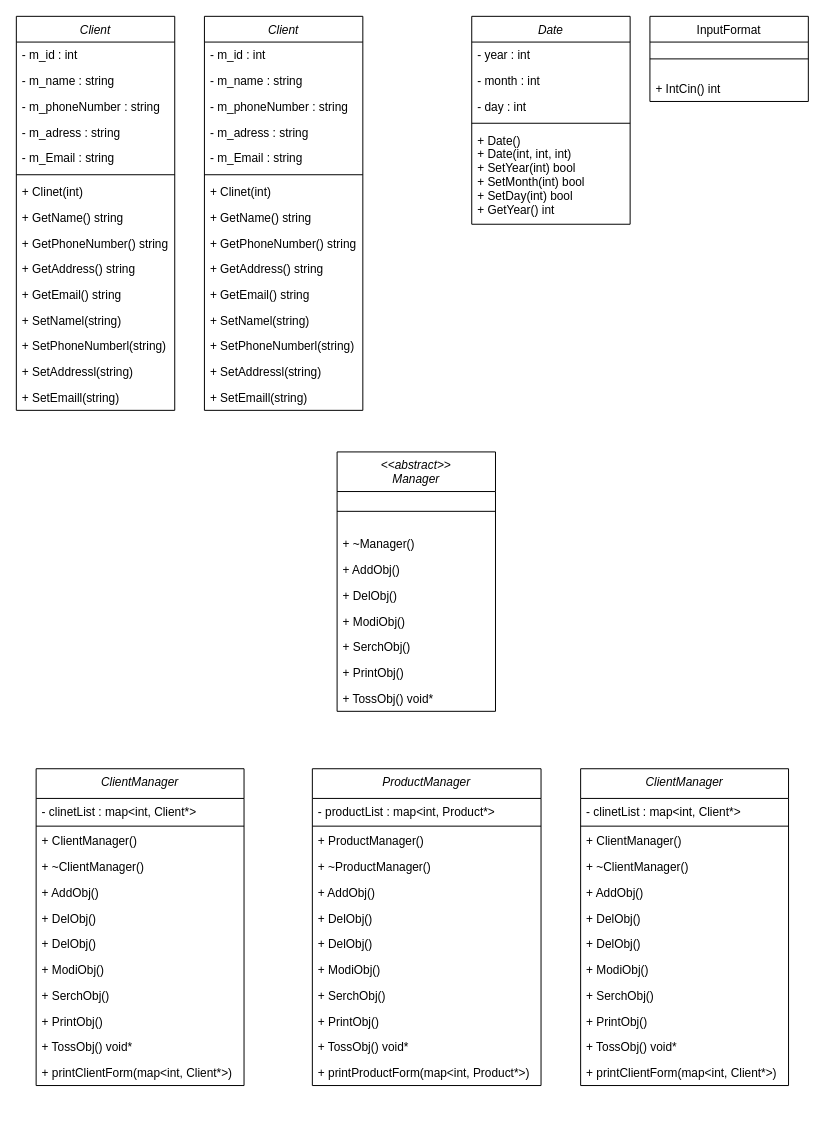
SaintMonguss/Customer-Product-management-project keeps this draw.io diagram as Client-Product-manager.drawio. Above is the earlier version. Source tidied: cells renumbered, new cells numbered last; positions are measured from the earlier drawing's top-left corner, leaving out a move shared by most shapes. Both pictures are drawn from the tidied source at 99%, with x=0, y=0 at pixel (16, 16).
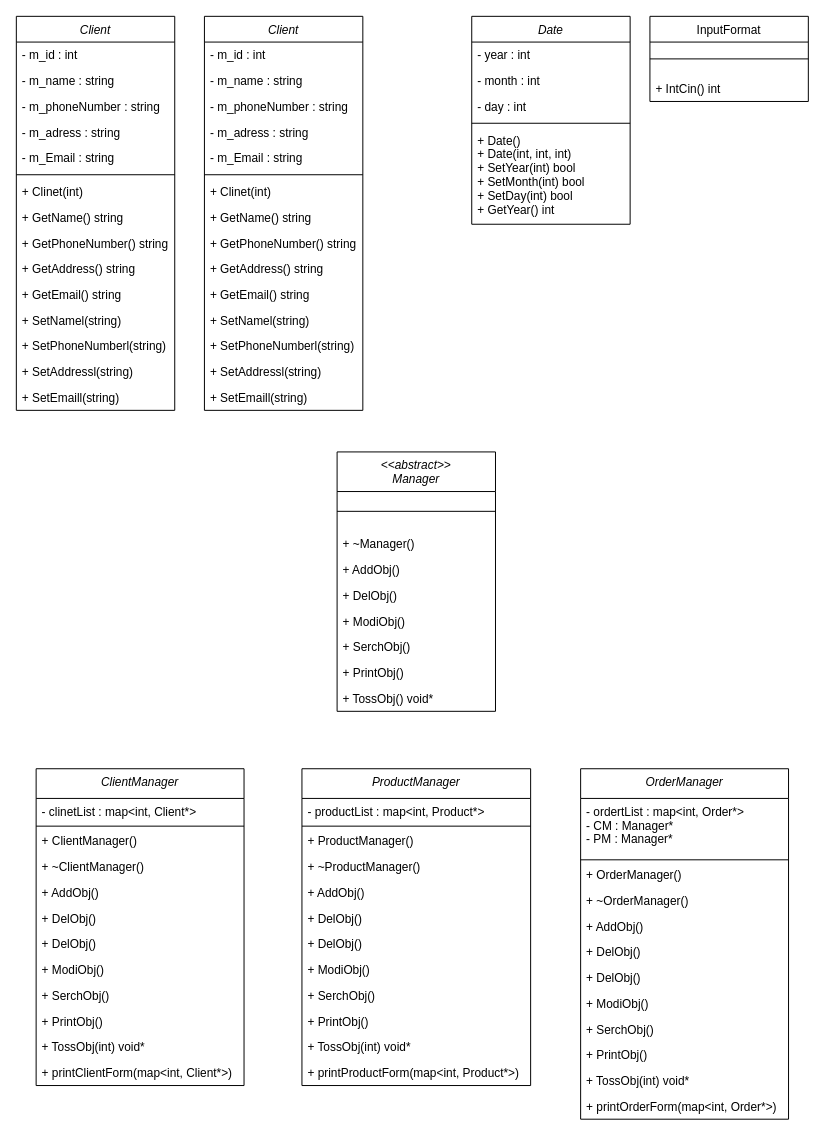
Above is the later version.

Unchanged cells that the change refers to:
```xml
<mxCell id="36" value="ClientManager" style="swimlane;fontStyle=2;align=center;verticalAlign=top;horizontal=1;startSize=30;rounded=0;shadow=0;strokeWidth=1;" parent="1" vertex="1">
  <mxGeometry x="20" y="760" width="210" height="320" as="geometry" />
</mxCell>
```

The edit, as a diff of the source:
```diff
@@
-    <mxCell id="47" value="+ TossObj() void*" style="text;align=left;verticalAlign=top;spacingLeft=4;spacingRight=4;overflow=hidden;" parent="36" vertex="1">
+    <mxCell id="47" value="+ TossObj(int) void*" style="text;align=left;verticalAlign=top;spacingLeft=4;spacingRight=4;overflow=hidden;" parent="36" vertex="1">
       <mxGeometry y="268" width="210" height="26" as="geometry" />
     </mxCell>
@@
     <mxCell id="49" value="ProductManager" style="swimlane;fontStyle=2;align=center;verticalAlign=top;horizontal=1;startSize=30;rounded=0;shadow=0;strokeWidth=1;" parent="1" vertex="1">
-      <mxGeometry x="299" y="760" width="231" height="320" as="geometry" />
+      <mxGeometry x="288.5" y="760" width="231" height="320" as="geometry" />
     </mxCell>
@@
-    <mxCell id="60" value="+ TossObj() void*" style="text;align=left;verticalAlign=top;spacingLeft=4;spacingRight=4;overflow=hidden;" parent="49" vertex="1">
+    <mxCell id="60" value="+ TossObj(int) void*" style="text;align=left;verticalAlign=top;spacingLeft=4;spacingRight=4;overflow=hidden;" parent="49" vertex="1">
       <mxGeometry y="268" width="231" height="26" as="geometry" />
     </mxCell>
@@
-    <mxCell id="62" value="ClientManager" style="swimlane;fontStyle=2;align=center;verticalAlign=top;horizontal=1;startSize=30;rounded=0;shadow=0;strokeWidth=1;" parent="1" vertex="1">
-      <mxGeometry x="570" y="760" width="210" height="320" as="geometry" />
+    <mxCell id="62" value="OrderManager" style="swimlane;fontStyle=2;align=center;verticalAlign=top;horizontal=1;startSize=30;rounded=0;shadow=0;strokeWidth=1;" parent="1" vertex="1">
+      <mxGeometry x="570" y="760" width="210" height="354" as="geometry" />
     </mxCell>
-    <mxCell id="63" value="- clinetList : map&lt;int, Client*&gt;" style="text;align=left;verticalAlign=top;spacingLeft=4;spacingRight=4;overflow=hidden;" parent="62" vertex="1">
-      <mxGeometry y="30" width="210" height="26" as="geometry" />
+    <mxCell id="63" value="- ordertList : map&lt;int, Order*&gt;&#10;- CM : Manager*&#10;- PM : Manager*" style="text;align=left;verticalAlign=top;spacingLeft=4;spacingRight=4;overflow=hidden;" parent="62" vertex="1">
+      <mxGeometry y="30" width="210" height="60" as="geometry" />
     </mxCell>
     <mxCell id="64" style="line;html=1;strokeWidth=1;align=left;verticalAlign=middle;spacingTop=-1;spacingLeft=3;spacingRight=3;labelPosition=right;" parent="62" vertex="1">
-      <mxGeometry y="56" width="210" height="4" as="geometry" />
+      <mxGeometry y="90" width="210" height="4" as="geometry" />
     </mxCell>
-    <mxCell id="65" value="+ ClientManager()" style="text;align=left;verticalAlign=top;spacingLeft=4;spacingRight=4;overflow=hidden;" parent="62" vertex="1">
-      <mxGeometry y="60" width="210" height="26" as="geometry" />
+    <mxCell id="65" value="+ OrderManager()" style="text;align=left;verticalAlign=top;spacingLeft=4;spacingRight=4;overflow=hidden;" parent="62" vertex="1">
+      <mxGeometry y="94" width="210" height="26" as="geometry" />
     </mxCell>
-    <mxCell id="66" value="+ ~ClientManager()" style="text;align=left;verticalAlign=top;spacingLeft=4;spacingRight=4;overflow=hidden;" parent="62" vertex="1">
-      <mxGeometry y="86" width="210" height="26" as="geometry" />
+    <mxCell id="66" value="+ ~OrderManager()" style="text;align=left;verticalAlign=top;spacingLeft=4;spacingRight=4;overflow=hidden;" parent="62" vertex="1">
+      <mxGeometry y="120" width="210" height="26" as="geometry" />
     </mxCell>
     <mxCell id="67" value="+ AddObj()" style="text;align=left;verticalAlign=top;spacingLeft=4;spacingRight=4;overflow=hidden;" parent="62" vertex="1">
-      <mxGeometry y="112" width="210" height="26" as="geometry" />
+      <mxGeometry y="146" width="210" height="26" as="geometry" />
     </mxCell>
     <mxCell id="68" value="+ DelObj()" style="text;align=left;verticalAlign=top;spacingLeft=4;spacingRight=4;overflow=hidden;" parent="62" vertex="1">
-      <mxGeometry y="138" width="210" height="26" as="geometry" />
+      <mxGeometry y="172" width="210" height="26" as="geometry" />
     </mxCell>
     <mxCell id="69" value="+ DelObj()" style="text;align=left;verticalAlign=top;spacingLeft=4;spacingRight=4;overflow=hidden;" parent="62" vertex="1">
-      <mxGeometry y="164" width="210" height="26" as="geometry" />
+      <mxGeometry y="198" width="210" height="26" as="geometry" />
     </mxCell>
     <mxCell id="70" value="+ ModiObj()" style="text;align=left;verticalAlign=top;spacingLeft=4;spacingRight=4;overflow=hidden;" parent="62" vertex="1">
-      <mxGeometry y="190" width="210" height="26" as="geometry" />
+      <mxGeometry y="224" width="210" height="26" as="geometry" />
     </mxCell>
     <mxCell id="71" value="+ SerchObj()" style="text;align=left;verticalAlign=top;spacingLeft=4;spacingRight=4;overflow=hidden;" parent="62" vertex="1">
-      <mxGeometry y="216" width="210" height="26" as="geometry" />
+      <mxGeometry y="250" width="210" height="26" as="geometry" />
     </mxCell>
     <mxCell id="72" value="+ PrintObj()" style="text;align=left;verticalAlign=top;spacingLeft=4;spacingRight=4;overflow=hidden;" parent="62" vertex="1">
-      <mxGeometry y="242" width="210" height="26" as="geometry" />
+      <mxGeometry y="276" width="210" height="26" as="geometry" />
     </mxCell>
-    <mxCell id="73" value="+ TossObj() void*" style="text;align=left;verticalAlign=top;spacingLeft=4;spacingRight=4;overflow=hidden;" parent="62" vertex="1">
-      <mxGeometry y="268" width="210" height="26" as="geometry" />
+    <mxCell id="73" value="+ TossObj(int) void*" style="text;align=left;verticalAlign=top;spacingLeft=4;spacingRight=4;overflow=hidden;" parent="62" vertex="1">
+      <mxGeometry y="302" width="210" height="26" as="geometry" />
     </mxCell>
-    <mxCell id="74" value="+ printClientForm(map&lt;int, Client*&gt;)" style="text;align=left;verticalAlign=top;spacingLeft=4;spacingRight=4;overflow=hidden;" parent="62" vertex="1">
-      <mxGeometry y="294" width="210" height="26" as="geometry" />
+    <mxCell id="74" value="+ printOrderForm(map&lt;int, Order*&gt;)" style="text;align=left;verticalAlign=top;spacingLeft=4;spacingRight=4;overflow=hidden;" parent="62" vertex="1">
+      <mxGeometry y="328" width="210" height="26" as="geometry" />
     </mxCell>
```
